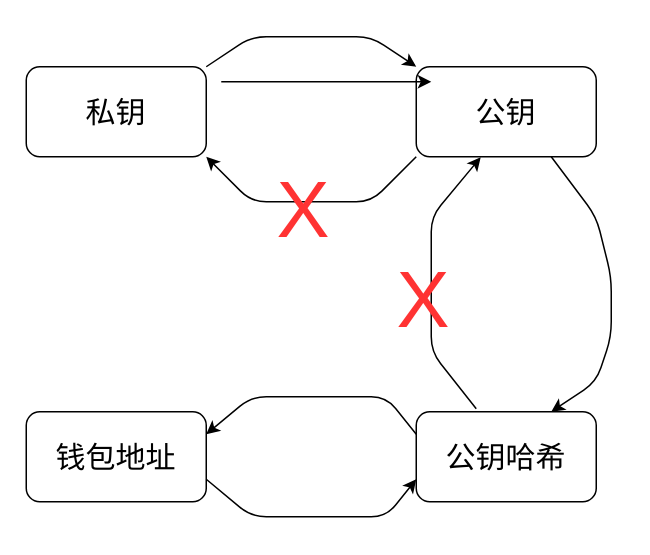
Earlier version of the draw.io diagram forms.drawio (s1874217870/starup). Source tidied: cells renumbered, new cells numbered last; positions are measured from the earlier drawing's top-left corner, leaving out a move shared by most shapes. Both pictures are drawn from the tidied source at 150%, with x=0, y=0 at pixel (26, 36).
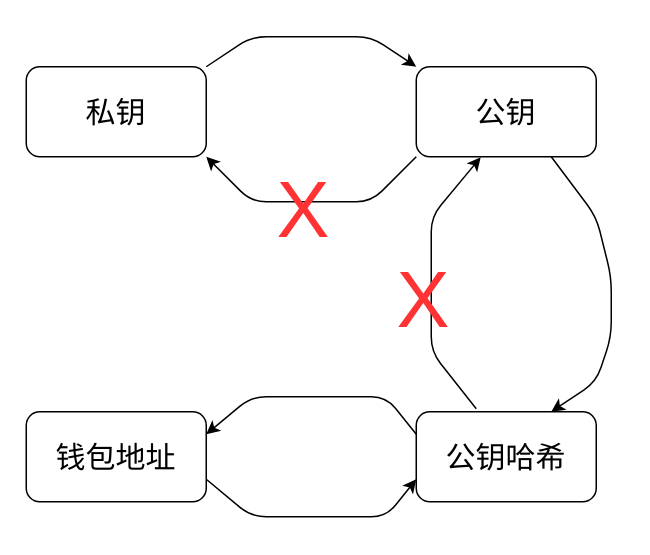
The same diagram, later.

Diff of the diagram source:
```diff
@@
-    <mxCell id="11" style="endArrow=classic;html=1;exitX=1;exitY=0;exitDx=0;exitDy=0;entryX=0;entryY=0;entryDx=0;entryDy=0;" parent="1" edge="1">
-      <mxGeometry relative="1" as="geometry">
-        <mxPoint x="130" y="30" as="sourcePoint" />
-        <mxPoint x="270" y="30" as="targetPoint" />
-      </mxGeometry>
-    </mxCell>
```
